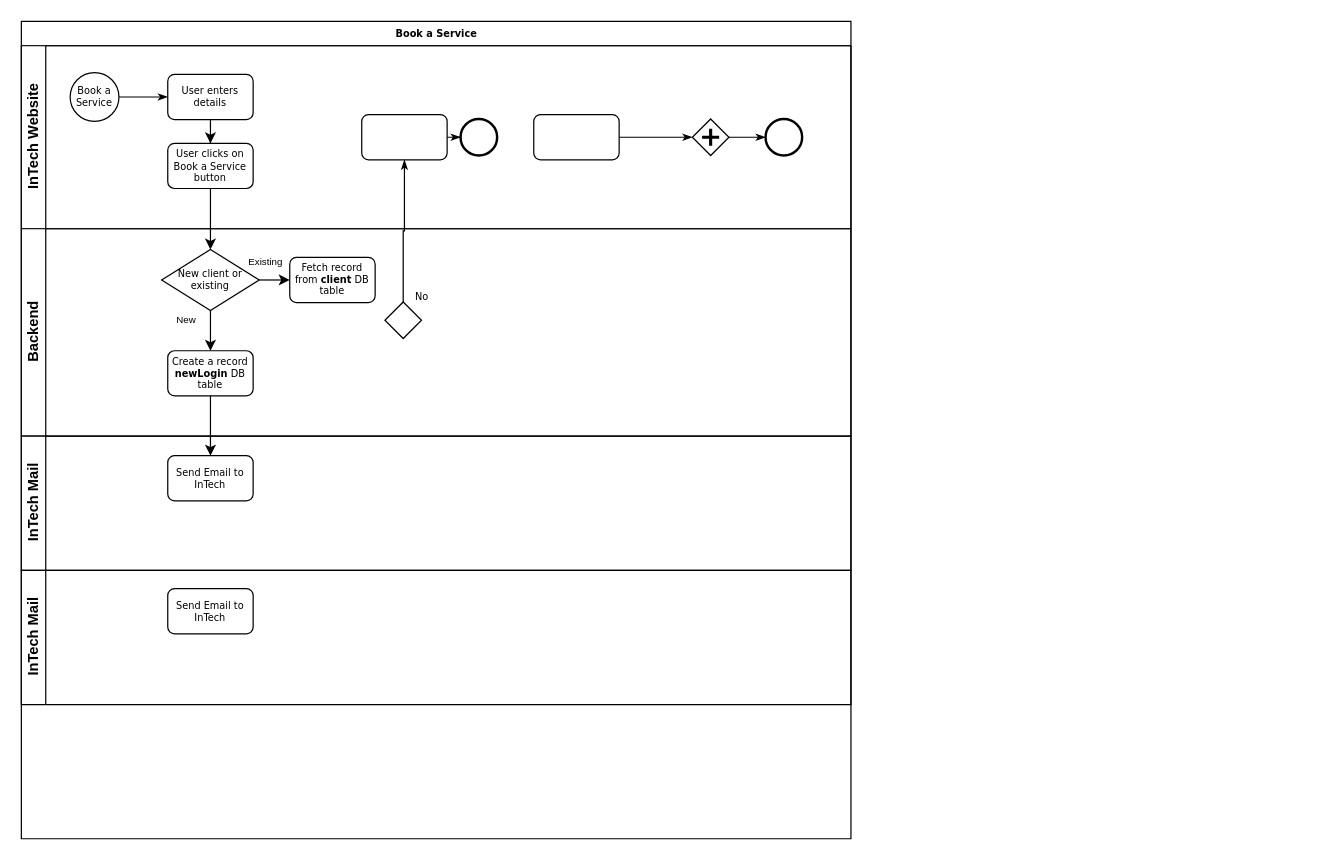
Above: Untitled Diagram.drawio in Srinithi-B/InTechDocumentation (draw.io), before the change. Source tidied: cells renumbered, new cells numbered last; positions are measured from the earlier drawing's top-left corner, leaving out a move shared by most shapes. Both pictures are drawn from the tidied source at 122%, with x=0, y=0 at pixel (21, 21).
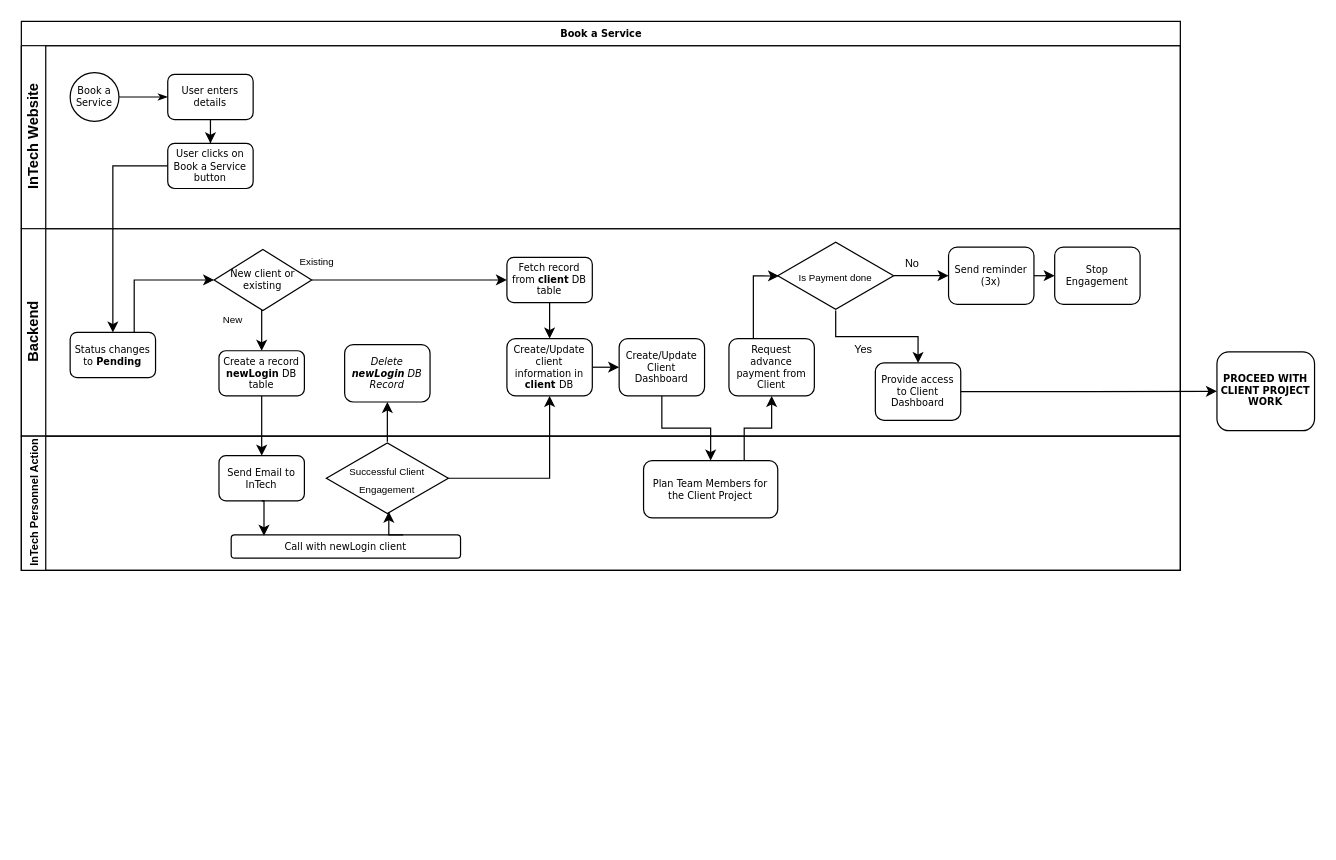
The same diagram, later.

Unchanged cells that the change refers to:
```xml
<mxCell id="17" value="User clicks on Book a Service button" style="rounded=1;whiteSpace=wrap;html=1;shadow=0;labelBackgroundColor=none;strokeWidth=1;fontFamily=Verdana;fontSize=8;align=center;" parent="3" vertex="1">
  <mxGeometry x="120" y="80" width="70" height="37" as="geometry" />
</mxCell>
```

The edit, as a diff of the source:
```diff
@@
     <mxCell id="2" value="Book a Service" style="swimlane;html=1;horizontal=1;startSize=20;rounded=0;shadow=0;labelBackgroundColor=none;strokeWidth=1;fontFamily=Verdana;fontSize=8;align=center;" parent="1" vertex="1">
-      <mxGeometry width="680" height="670" as="geometry" />
+      <mxGeometry width="950" height="450" as="geometry" />
     </mxCell>
     <mxCell id="3" value="InTech Website" style="swimlane;html=1;startSize=20;horizontal=0;" parent="2" vertex="1">
-      <mxGeometry y="20" width="680" height="150" as="geometry" />
+      <mxGeometry y="20" width="950" height="150" as="geometry" />
     </mxCell>
@@
-    <mxCell id="8" style="edgeStyle=orthogonalEdgeStyle;rounded=0;html=1;labelBackgroundColor=none;startArrow=none;startFill=0;startSize=5;endArrow=classicThin;endFill=1;endSize=5;jettySize=auto;strokeWidth=1;fontFamily=Verdana;fontSize=8;" parent="3" edge="1" source="9" target="10">
-      <mxGeometry relative="1" as="geometry" />
-    </mxCell>
-    <mxCell id="9" style="rounded=1;whiteSpace=wrap;html=1;shadow=0;labelBackgroundColor=none;strokeWidth=1;fontFamily=Verdana;fontSize=8;align=center;" parent="3" vertex="1">
-      <mxGeometry x="279" y="56.5" width="70" height="37" as="geometry" />
-    </mxCell>
-    <mxCell id="10" style="ellipse;whiteSpace=wrap;html=1;rounded=0;shadow=0;labelBackgroundColor=none;strokeWidth=2;fontFamily=Verdana;fontSize=8;align=center;" parent="3" vertex="1">
-      <mxGeometry x="360" y="60" width="30" height="30" as="geometry" />
-    </mxCell>
-    <mxCell id="11" style="edgeStyle=orthogonalEdgeStyle;rounded=0;html=1;entryX=0;entryY=0.5;labelBackgroundColor=none;startArrow=none;startFill=0;startSize=5;endArrow=classicThin;endFill=1;endSize=5;jettySize=auto;strokeWidth=1;fontFamily=Verdana;fontSize=8;" parent="3" edge="1" source="12" target="14">
-      <mxGeometry relative="1" as="geometry" />
-    </mxCell>
-    <mxCell id="12" style="rounded=1;whiteSpace=wrap;html=1;shadow=0;labelBackgroundColor=none;strokeWidth=1;fontFamily=Verdana;fontSize=8;align=center;" parent="3" vertex="1">
-      <mxGeometry x="420" y="56.5" width="70" height="37" as="geometry" />
-    </mxCell>
-    <mxCell id="13" style="edgeStyle=orthogonalEdgeStyle;rounded=0;html=1;labelBackgroundColor=none;startArrow=none;startFill=0;startSize=5;endArrow=classicThin;endFill=1;endSize=5;jettySize=auto;strokeWidth=1;fontFamily=Verdana;fontSize=8;" parent="3" edge="1" source="14" target="15">
-      <mxGeometry relative="1" as="geometry" />
-    </mxCell>
-    <mxCell id="14" style="shape=mxgraph.bpmn.shape;html=1;verticalLabelPosition=bottom;labelBackgroundColor=#ffffff;verticalAlign=top;perimeter=rhombusPerimeter;background=gateway;outline=none;symbol=parallelGw;rounded=1;shadow=0;strokeWidth=1;fontFamily=Verdana;fontSize=8;align=center;" parent="3" vertex="1">
-      <mxGeometry x="550" y="60" width="30" height="30" as="geometry" />
-    </mxCell>
-    <mxCell id="15" style="ellipse;whiteSpace=wrap;html=1;rounded=0;shadow=0;labelBackgroundColor=none;strokeWidth=2;fontFamily=Verdana;fontSize=8;align=center;" parent="3" vertex="1">
-      <mxGeometry x="610" y="60" width="30" height="30" as="geometry" />
-    </mxCell>
@@
     <mxCell id="18" value="Backend" style="swimlane;html=1;startSize=20;horizontal=0;" parent="2" vertex="1">
-      <mxGeometry y="170" width="680" height="170" as="geometry" />
+      <mxGeometry y="170" width="950" height="170" as="geometry" />
     </mxCell>
     <mxCell id="19" value="Create a record &lt;b&gt;newLogin&lt;/b&gt; DB table" style="rounded=1;whiteSpace=wrap;html=1;shadow=0;labelBackgroundColor=none;strokeWidth=1;fontFamily=Verdana;fontSize=8;align=center;" parent="18" vertex="1">
-      <mxGeometry x="120" y="100" width="70" height="37" as="geometry" />
+      <mxGeometry x="162" y="100" width="70" height="37" as="geometry" />
     </mxCell>
-    <mxCell id="20" style="strokeWidth=1;html=1;shape=mxgraph.flowchart.decision;whiteSpace=wrap;rounded=1;shadow=0;labelBackgroundColor=none;fontFamily=Verdana;fontSize=8;align=center;" parent="18" vertex="1">
-      <mxGeometry x="298" y="60" width="30" height="30" as="geometry" />
-    </mxCell>
@@
     <mxCell id="23" value="New client or existing" style="strokeWidth=1;html=1;shape=mxgraph.flowchart.decision;whiteSpace=wrap;rounded=1;shadow=0;labelBackgroundColor=none;fontFamily=Verdana;fontSize=8;align=center;" parent="18" vertex="1">
-      <mxGeometry x="115" y="17" width="80" height="50" as="geometry" />
+      <mxGeometry x="158" y="17" width="80" height="50" as="geometry" />
     </mxCell>
     <mxCell id="24" value="&lt;font style=&quot;font-size: 8px;&quot;&gt;New&lt;/font&gt;" style="text;html=1;align=center;verticalAlign=middle;strokeColor=none;fillColor=none;" parent="18" vertex="1">
-      <mxGeometry x="115" y="58.5" width="40" height="30" as="geometry" />
+      <mxGeometry x="153" y="58.5" width="40" height="30" as="geometry" />
     </mxCell>
+    <mxCell id="34" style="edgeStyle=orthogonalEdgeStyle;rounded=0;jettySize=auto;html=1;exitX=0.5;exitY=1;exitDx=0;exitDy=0;entryX=0.5;entryY=0;entryDx=0;entryDy=0;" parent="18" edge="1" source="25" target="36">
+      <mxGeometry relative="1" as="geometry" />
+    </mxCell>
     <mxCell id="25" value="Fetch record from &lt;b&gt;client&lt;/b&gt; DB table" style="rounded=1;whiteSpace=wrap;html=1;shadow=0;labelBackgroundColor=none;strokeWidth=1;fontFamily=Verdana;fontSize=8;align=center;" parent="18" vertex="1">
-      <mxGeometry x="220" y="23.5" width="70" height="37" as="geometry" />
+      <mxGeometry x="398" y="23.5" width="70" height="37" as="geometry" />
     </mxCell>
+    <mxCell id="35" style="edgeStyle=orthogonalEdgeStyle;rounded=0;jettySize=auto;html=1;exitX=1;exitY=0.5;exitDx=0;exitDy=0;entryX=0;entryY=0.5;entryDx=0;entryDy=0;" parent="18" edge="1" source="36" target="38">
+      <mxGeometry relative="1" as="geometry" />
+    </mxCell>
+    <mxCell id="36" value="Create/Update client information in &lt;b&gt;client &lt;/b&gt;DB" style="rounded=1;whiteSpace=wrap;html=1;shadow=0;labelBackgroundColor=none;strokeWidth=1;fontFamily=Verdana;fontSize=8;align=center;" parent="18" vertex="1">
+      <mxGeometry x="398" y="90" width="70" height="47" as="geometry" />
+    </mxCell>
+    <mxCell id="37" value="&lt;i&gt;Delete &lt;b&gt;newLogin&lt;/b&gt; DB Record&lt;/i&gt;" style="rounded=1;whiteSpace=wrap;html=1;shadow=0;labelBackgroundColor=none;strokeWidth=1;fontFamily=Verdana;fontSize=8;align=center;" parent="18" vertex="1">
+      <mxGeometry x="265" y="95" width="70" height="47" as="geometry" />
+    </mxCell>
+    <mxCell id="38" value="Create/Update Client Dashboard" style="rounded=1;whiteSpace=wrap;html=1;shadow=0;labelBackgroundColor=none;strokeWidth=1;fontFamily=Verdana;fontSize=8;align=center;" parent="18" vertex="1">
+      <mxGeometry x="490" y="90" width="70" height="47" as="geometry" />
+    </mxCell>
+    <mxCell id="39" style="edgeStyle=orthogonalEdgeStyle;rounded=0;jettySize=auto;html=1;exitX=0.5;exitY=0;exitDx=0;exitDy=0;entryX=0.011;entryY=0.504;entryDx=0;entryDy=0;entryPerimeter=0;" parent="18" edge="1" source="40" target="42">
+      <mxGeometry relative="1" as="geometry">
+        <Array as="points">
+          <mxPoint x="600" y="90" />
+          <mxPoint x="600" y="39" />
+        </Array>
+      </mxGeometry>
+    </mxCell>
+    <mxCell id="40" value="Request advance payment from Client" style="rounded=1;whiteSpace=wrap;html=1;shadow=0;labelBackgroundColor=none;strokeWidth=1;fontFamily=Verdana;fontSize=8;align=center;" parent="18" vertex="1">
+      <mxGeometry x="580" y="90" width="70" height="47" as="geometry" />
+    </mxCell>
+    <mxCell id="41" style="edgeStyle=orthogonalEdgeStyle;rounded=0;jettySize=auto;html=1;" parent="18" edge="1" source="42" target="44">
+      <mxGeometry relative="1" as="geometry" />
+    </mxCell>
+    <mxCell id="42" value="&lt;font style=&quot;font-size: 8px;&quot;&gt;Is Payment done&lt;/font&gt;" style="html=1;whiteSpace=wrap;shape=isoRectangle;" parent="18" vertex="1">
+      <mxGeometry x="620" y="10" width="95" height="57" as="geometry" />
+    </mxCell>
+    <mxCell id="28" value="&lt;font style=&quot;font-size: 9px;&quot;&gt;No&lt;/font&gt;" style="text;html=1;align=center;verticalAlign=middle;strokeColor=none;fillColor=none;" parent="18" vertex="1">
+      <mxGeometry x="710" y="13" width="40" height="30" as="geometry" />
+    </mxCell>
+    <mxCell id="43" style="edgeStyle=orthogonalEdgeStyle;rounded=0;jettySize=auto;html=1;exitX=1;exitY=0.5;exitDx=0;exitDy=0;entryX=0;entryY=0.5;entryDx=0;entryDy=0;" parent="18" edge="1" source="44" target="48">
+      <mxGeometry relative="1" as="geometry" />
+    </mxCell>
+    <mxCell id="44" value="Send reminder (3x)" style="rounded=1;whiteSpace=wrap;html=1;shadow=0;labelBackgroundColor=none;strokeWidth=1;fontFamily=Verdana;fontSize=8;align=center;" parent="18" vertex="1">
+      <mxGeometry x="760" y="15" width="70" height="47" as="geometry" />
+    </mxCell>
+    <mxCell id="45" value="&lt;font style=&quot;font-size: 9px;&quot;&gt;Yes&lt;/font&gt;" style="text;html=1;align=center;verticalAlign=middle;strokeColor=none;fillColor=none;" parent="18" vertex="1">
+      <mxGeometry x="670" y="82.5" width="40" height="30" as="geometry" />
+    </mxCell>
+    <mxCell id="46" value="Provide access to Client Dashboard" style="rounded=1;whiteSpace=wrap;html=1;shadow=0;labelBackgroundColor=none;strokeWidth=1;fontFamily=Verdana;fontSize=8;align=center;" parent="18" vertex="1">
+      <mxGeometry x="700" y="110" width="70" height="47" as="geometry" />
+    </mxCell>
+    <mxCell id="47" style="edgeStyle=orthogonalEdgeStyle;rounded=0;jettySize=auto;html=1;" parent="18" edge="1" source="42" target="46">
+      <mxGeometry relative="1" as="geometry" />
+    </mxCell>
+    <mxCell id="48" value="Stop Engagement" style="rounded=1;whiteSpace=wrap;html=1;shadow=0;labelBackgroundColor=none;strokeWidth=1;fontFamily=Verdana;fontSize=8;align=center;" parent="18" vertex="1">
+      <mxGeometry x="847" y="15" width="70" height="47" as="geometry" />
+    </mxCell>
-    <mxCell id="26" value="InTech Mail" style="swimlane;html=1;startSize=20;horizontal=0;" parent="2" vertex="1">
-      <mxGeometry y="340" width="680" height="110" as="geometry" />
+    <mxCell id="26" value="&lt;font style=&quot;font-size: 9px;&quot;&gt;InTech Personnel Action&lt;/font&gt;" style="swimlane;html=1;startSize=20;horizontal=0;" parent="2" vertex="1">
+      <mxGeometry y="340" width="950" height="110" as="geometry" />
     </mxCell>
     <mxCell id="27" value="Send Email to InTech" style="rounded=1;whiteSpace=wrap;html=1;shadow=0;labelBackgroundColor=none;strokeWidth=1;fontFamily=Verdana;fontSize=8;align=center;" parent="26" vertex="1">
-      <mxGeometry x="120" y="16" width="70" height="37" as="geometry" />
+      <mxGeometry x="162" y="16" width="70" height="37" as="geometry" />
     </mxCell>
-    <mxCell id="28" value="No" style="edgeStyle=orthogonalEdgeStyle;rounded=0;html=1;labelBackgroundColor=none;startArrow=none;startFill=0;startSize=5;endArrow=classicThin;endFill=1;endSize=5;jettySize=auto;strokeWidth=1;fontFamily=Verdana;fontSize=8;" parent="2" edge="1" source="20" target="9">
-      <mxGeometry x="-0.94" y="-15" relative="1" as="geometry" />
-    </mxCell>
-    <mxCell id="29" style="edgeStyle=orthogonalEdgeStyle;rounded=0;jettySize=auto;html=1;exitX=0.5;exitY=1;exitDx=0;exitDy=0;entryX=0.5;entryY=0;entryDx=0;entryDy=0;entryPerimeter=0;" parent="2" edge="1" source="17" target="23">
-      <mxGeometry relative="1" as="geometry" />
-    </mxCell>
+    <mxCell id="49" value="Status changes to &lt;b&gt;Pending&lt;/b&gt;" style="rounded=1;whiteSpace=wrap;html=1;shadow=0;labelBackgroundColor=none;strokeWidth=1;fontFamily=Verdana;fontSize=8;align=center;" parent="26" vertex="1">
+      <mxGeometry x="40" y="-85" width="70" height="37" as="geometry" />
+    </mxCell>
+    <mxCell id="50" value="&lt;font style=&quot;font-size: 8px;&quot;&gt;Successful Client Engagement&lt;/font&gt;" style="html=1;whiteSpace=wrap;shape=isoRectangle;" parent="26" vertex="1">
+      <mxGeometry x="250" y="4.5" width="100" height="60" as="geometry" />
+    </mxCell>
+    <mxCell id="51" value="Plan Team Members for the Client Project" style="rounded=1;whiteSpace=wrap;html=1;shadow=0;labelBackgroundColor=none;strokeWidth=1;fontFamily=Verdana;fontSize=8;align=center;" parent="26" vertex="1">
+      <mxGeometry x="510" y="20" width="110" height="47" as="geometry" />
+    </mxCell>
@@
-    <mxCell id="31" value="InTech Mail" style="swimlane;html=1;startSize=20;horizontal=0;" parent="2" vertex="1">
-      <mxGeometry y="450" width="680" height="110" as="geometry" />
-    </mxCell>
-    <mxCell id="32" value="Send Email to InTech" style="rounded=1;whiteSpace=wrap;html=1;shadow=0;labelBackgroundColor=none;strokeWidth=1;fontFamily=Verdana;fontSize=8;align=center;" parent="31" vertex="1">
-      <mxGeometry x="120" y="15" width="70" height="37" as="geometry" />
-    </mxCell>
+    <mxCell id="52" style="edgeStyle=orthogonalEdgeStyle;rounded=0;jettySize=auto;html=1;exitX=0;exitY=0.5;exitDx=0;exitDy=0;" parent="2" edge="1" source="17" target="49">
+      <mxGeometry relative="1" as="geometry" />
+    </mxCell>
+    <mxCell id="53" style="edgeStyle=orthogonalEdgeStyle;rounded=0;jettySize=auto;html=1;exitX=0.75;exitY=0;exitDx=0;exitDy=0;entryX=0;entryY=0.5;entryDx=0;entryDy=0;entryPerimeter=0;" parent="2" edge="1" source="49" target="23">
+      <mxGeometry relative="1" as="geometry" />
+    </mxCell>
+    <mxCell id="54" style="edgeStyle=orthogonalEdgeStyle;rounded=0;jettySize=auto;html=1;" parent="2" edge="1" source="50" target="36">
+      <mxGeometry relative="1" as="geometry" />
+    </mxCell>
+    <mxCell id="55" style="edgeStyle=orthogonalEdgeStyle;rounded=0;jettySize=auto;html=1;" parent="2" edge="1" source="50" target="37">
+      <mxGeometry relative="1" as="geometry" />
+    </mxCell>
+    <mxCell id="56" style="edgeStyle=orthogonalEdgeStyle;rounded=0;jettySize=auto;html=1;" parent="2" edge="1" source="38" target="51">
+      <mxGeometry relative="1" as="geometry" />
+    </mxCell>
+    <mxCell id="57" style="edgeStyle=orthogonalEdgeStyle;rounded=0;jettySize=auto;html=1;exitX=0.75;exitY=0;exitDx=0;exitDy=0;entryX=0.5;entryY=1;entryDx=0;entryDy=0;" parent="2" edge="1" source="51" target="40">
+      <mxGeometry relative="1" as="geometry" />
+    </mxCell>
     <mxCell id="33" value="&lt;font style=&quot;font-size: 8px;&quot;&gt;Existing&lt;/font&gt;" style="text;html=1;align=center;verticalAlign=middle;strokeColor=none;fillColor=none;" parent="1" vertex="1">
-      <mxGeometry x="175" y="181" width="50" height="30" as="geometry" />
+      <mxGeometry x="217" y="181" width="50" height="30" as="geometry" />
     </mxCell>
+    <mxCell id="58" value="Call with newLogin client" style="rounded=1;whiteSpace=wrap;html=1;shadow=0;labelBackgroundColor=none;strokeWidth=1;fontFamily=Verdana;fontSize=8;align=center;" parent="1" vertex="1">
+      <mxGeometry x="172" y="421" width="188" height="19" as="geometry" />
+    </mxCell>
+    <mxCell id="59" style="edgeStyle=orthogonalEdgeStyle;rounded=0;jettySize=auto;html=1;exitX=0.5;exitY=1;exitDx=0;exitDy=0;entryX=0.143;entryY=0.036;entryDx=0;entryDy=0;entryPerimeter=0;" parent="1" edge="1" source="27" target="58">
+      <mxGeometry relative="1" as="geometry" />
+    </mxCell>
+    <mxCell id="60" style="edgeStyle=orthogonalEdgeStyle;rounded=0;jettySize=auto;html=1;exitX=0.75;exitY=0;exitDx=0;exitDy=0;entryX=0.512;entryY=0.957;entryDx=0;entryDy=0;entryPerimeter=0;" parent="1" edge="1" source="58" target="50">
+      <mxGeometry relative="1" as="geometry" />
+    </mxCell>
+    <mxCell id="61" value="&lt;b&gt;PROCEED WITH CLIENT PROJECT WORK&lt;/b&gt;" style="rounded=1;whiteSpace=wrap;html=1;shadow=0;labelBackgroundColor=none;strokeWidth=1;fontFamily=Verdana;fontSize=8;align=center;" parent="1" vertex="1">
+      <mxGeometry x="980" y="271" width="80" height="64.5" as="geometry" />
+    </mxCell>
+    <mxCell id="62" style="edgeStyle=orthogonalEdgeStyle;rounded=0;jettySize=auto;html=1;entryX=0;entryY=0.5;entryDx=0;entryDy=0;" parent="1" edge="1" source="46" target="61">
+      <mxGeometry relative="1" as="geometry" />
+    </mxCell>
```
